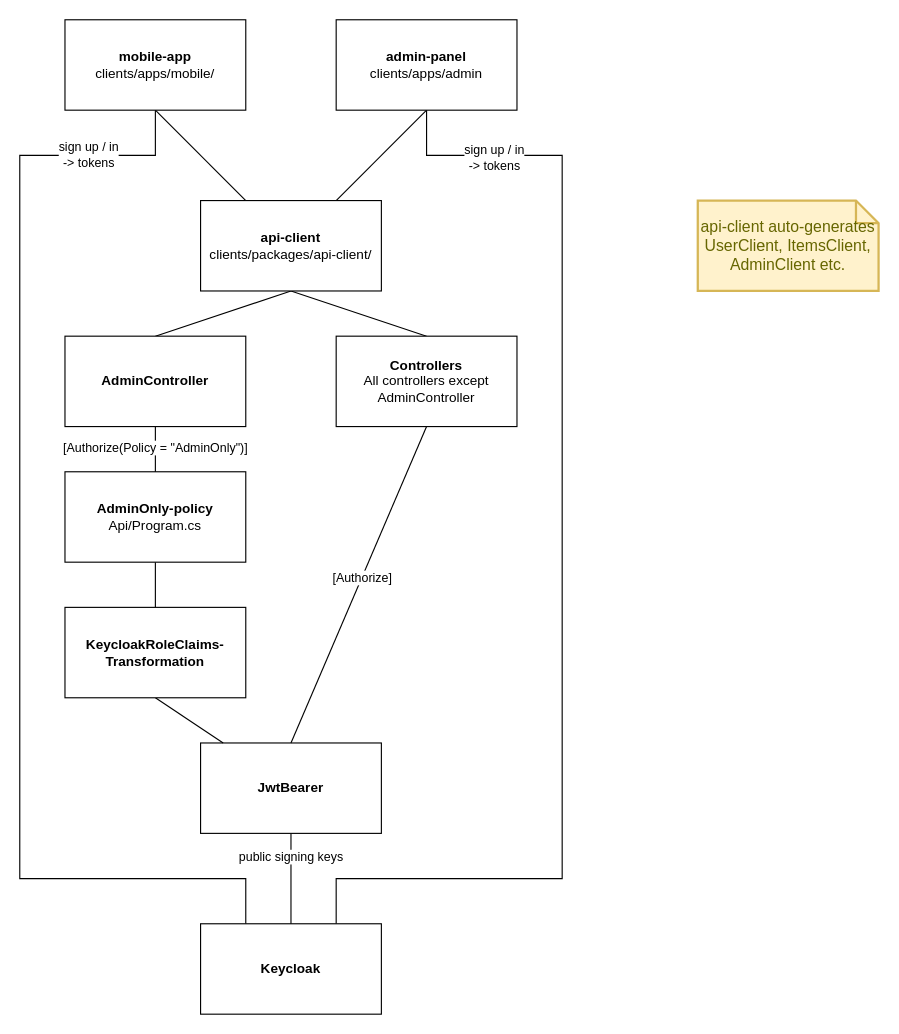
Before: docs/assets/drawio/dependency-tree_Authentication.drawio in Mosekjaer/prepmeup, a draw.io diagram. Source tidied: cells renumbered, new cells numbered last; positions are measured from the earlier drawing's top-left corner, leaving out a move shared by most shapes. Both pictures are drawn from the tidied source at 113%, with x=0, y=0 at pixel (19, 19).
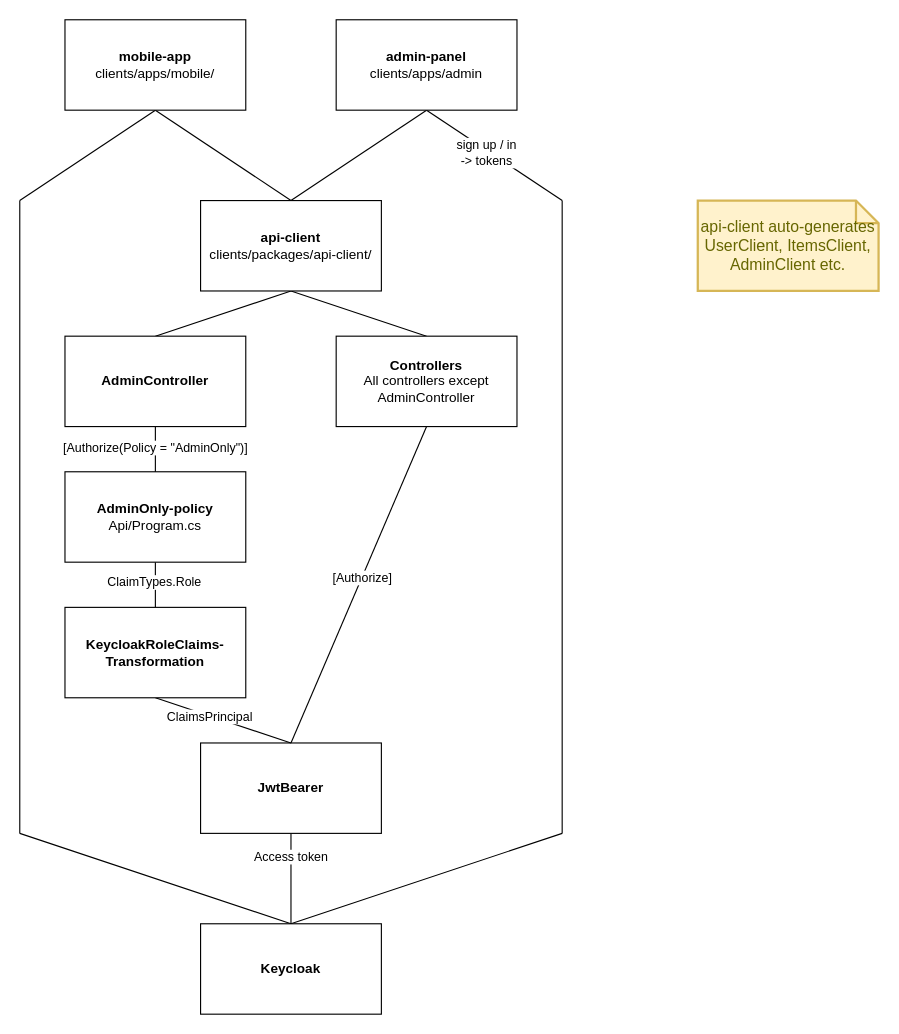
The same diagram, later.

Commit message:
docs: ændringer i dependency trees

Unchanged cells that the change refers to:
```xml
<mxCell id="5" value="&lt;b&gt;mobile-app&lt;/b&gt;&lt;div&gt;clients/apps/mobile/&lt;/div&gt;" style="html=1;whiteSpace=wrap;" parent="1" vertex="1">
  <mxGeometry x="40" width="160" height="80" as="geometry" />
</mxCell>
<mxCell id="9" value="&lt;b&gt;admin-panel&lt;/b&gt;&lt;div&gt;clients/apps/admin&lt;/div&gt;" style="html=1;whiteSpace=wrap;" parent="1" vertex="1">
  <mxGeometry x="280" width="160" height="80" as="geometry" />
</mxCell>
<mxCell id="12" value="&lt;b&gt;api-client&lt;/b&gt;&lt;br&gt;&lt;div&gt;clients/packages/api-client/&lt;/div&gt;" style="html=1;whiteSpace=wrap;" parent="1" vertex="1">
  <mxGeometry x="160" y="160" width="160" height="80" as="geometry" />
</mxCell>
<mxCell id="13" style="edgeStyle=orthogonalEdgeStyle;rounded=0;jettySize=auto;html=1;exitX=0.5;exitY=1;exitDx=0;exitDy=0;entryX=0.5;entryY=0;entryDx=0;entryDy=0;defaultLabelBackgroundColor=page;endArrow=none;endFill=0;" parent="1" edge="1" source="14" target="25">
  <mxGeometry relative="1" as="geometry" />
</mxCell>
<mxCell id="18" value="&lt;b&gt;Keycloak&lt;/b&gt;" style="html=1;whiteSpace=wrap;" parent="1" vertex="1">
  <mxGeometry x="160" y="800" width="160" height="80" as="geometry" />
</mxCell>
<mxCell id="20" style="edgeStyle=orthogonalEdgeStyle;rounded=0;jettySize=auto;html=1;exitX=0.5;exitY=1;exitDx=0;exitDy=0;entryX=0.5;entryY=0;entryDx=0;entryDy=0;defaultLabelBackgroundColor=page;endArrow=none;endFill=0;" parent="1" edge="1" source="22" target="18">
  <mxGeometry relative="1" as="geometry" />
</mxCell>
<mxCell id="22" value="&lt;b&gt;JwtBearer&lt;/b&gt;" style="html=1;whiteSpace=wrap;" parent="1" vertex="1">
  <mxGeometry x="160" y="640" width="160" height="80" as="geometry" />
</mxCell>
<mxCell id="25" value="&lt;b&gt;KeycloakRoleClaims-Transformation&lt;/b&gt;" style="html=1;whiteSpace=wrap;" parent="1" vertex="1">
  <mxGeometry x="40" y="520" width="160" height="80" as="geometry" />
</mxCell>
```

Change to the diagram source:
```diff
@@
-    <mxCell id="2" style="rounded=0;jettySize=auto;html=1;exitX=0.5;exitY=1;exitDx=0;exitDy=0;defaultLabelBackgroundColor=page;endArrow=none;endFill=0;" parent="1" edge="1" source="5" target="12">
+    <mxCell id="2" style="rounded=0;jettySize=auto;html=1;exitX=0.5;exitY=1;exitDx=0;exitDy=0;defaultLabelBackgroundColor=page;endArrow=none;endFill=0;entryX=0.5;entryY=0;entryDx=0;entryDy=0;" parent="1" edge="1" source="5" target="12">
       <mxGeometry relative="1" as="geometry" />
     </mxCell>
-    <mxCell id="3" style="edgeStyle=orthogonalEdgeStyle;rounded=0;jettySize=auto;html=1;exitX=0.5;exitY=1;exitDx=0;exitDy=0;entryX=0.25;entryY=0;entryDx=0;entryDy=0;defaultLabelBackgroundColor=page;endArrow=none;endFill=0;" parent="1" edge="1" source="5" target="18">
-      <mxGeometry relative="1" as="geometry">
-        <Array as="points">
-          <mxPoint x="120" y="120" />
-          <mxPoint y="120" />
-          <mxPoint y="760" />
-          <mxPoint x="200" y="760" />
-        </Array>
-      </mxGeometry>
-    </mxCell>
-    <mxCell id="4" value="sign up / in&lt;div&gt;-&amp;gt; tokens&lt;/div&gt;" style="edgeLabel;html=1;align=center;verticalAlign=middle;inheritText=1;defaultLabelBackgroundColor=page;" parent="3" vertex="1">
-      <mxGeometry x="-0.84" y="-1" relative="1" as="geometry">
-        <mxPoint x="-17" as="offset" />
-      </mxGeometry>
-    </mxCell>
+    <mxCell id="28" style="rounded=0;jettySize=auto;html=1;exitX=0.5;exitY=1;exitDx=0;exitDy=0;defaultLabelBackgroundColor=page;endArrow=none;endFill=0;" parent="1" edge="1" source="5">
+      <mxGeometry relative="1" as="geometry">
+        <mxPoint y="160" as="targetPoint" />
+      </mxGeometry>
+    </mxCell>
@@
-    <mxCell id="6" style="rounded=0;jettySize=auto;html=1;exitX=0.5;exitY=1;exitDx=0;exitDy=0;defaultLabelBackgroundColor=page;endArrow=none;endFill=0;" parent="1" edge="1" source="9" target="12">
+    <mxCell id="6" style="rounded=0;jettySize=auto;html=1;exitX=0.5;exitY=1;exitDx=0;exitDy=0;defaultLabelBackgroundColor=page;endArrow=none;endFill=0;entryX=0.5;entryY=0;entryDx=0;entryDy=0;" parent="1" edge="1" source="9" target="12">
       <mxGeometry relative="1" as="geometry" />
     </mxCell>
-    <mxCell id="7" style="edgeStyle=orthogonalEdgeStyle;rounded=0;jettySize=auto;html=1;exitX=0.5;exitY=1;exitDx=0;exitDy=0;entryX=0.75;entryY=0;entryDx=0;entryDy=0;defaultLabelBackgroundColor=page;endArrow=none;endFill=0;" parent="1" edge="1" source="9" target="18">
-      <mxGeometry relative="1" as="geometry">
-        <Array as="points">
-          <mxPoint x="360" y="120" />
-          <mxPoint x="480" y="120" />
-          <mxPoint x="480" y="760" />
-          <mxPoint x="280" y="760" />
-        </Array>
-      </mxGeometry>
-    </mxCell>
-    <mxCell id="8" value="sign up / in&lt;div&gt;-&amp;gt; tokens&lt;/div&gt;" style="edgeLabel;html=1;align=center;verticalAlign=middle;inheritText=1;defaultLabelBackgroundColor=page;" parent="7" vertex="1">
-      <mxGeometry x="-0.86" y="-1" relative="1" as="geometry">
-        <mxPoint x="26" as="offset" />
-      </mxGeometry>
-    </mxCell>
+    <mxCell id="29" style="rounded=0;jettySize=auto;html=1;exitX=0.5;exitY=1;exitDx=0;exitDy=0;defaultLabelBackgroundColor=page;endArrow=none;endFill=0;" parent="1" edge="1" source="9">
+      <mxGeometry relative="1" as="geometry">
+        <mxPoint x="480" y="160" as="targetPoint" />
+      </mxGeometry>
+    </mxCell>
+    <mxCell id="30" value="sign up / in&lt;div&gt;-&amp;gt; tokens&lt;/div&gt;" style="edgeLabel;html=1;align=center;verticalAlign=middle;inheritText=1;defaultLabelBackgroundColor=page;" parent="29" vertex="1">
+      <mxGeometry x="-0.1" y="-2" relative="1" as="geometry" />
+    </mxCell>
@@
+    <mxCell id="31" value="ClaimTypes.Role" style="edgeLabel;html=1;align=center;verticalAlign=middle;inheritText=1;defaultLabelBackgroundColor=page;" parent="13" vertex="1">
+      <mxGeometry x="-0.15" y="-2" relative="1" as="geometry" />
+    </mxCell>
@@
+    <mxCell id="32" style="rounded=0;jettySize=auto;html=1;exitX=0.5;exitY=0;exitDx=0;exitDy=0;defaultLabelBackgroundColor=page;endArrow=none;endFill=0;" parent="1" edge="1" source="18">
+      <mxGeometry relative="1" as="geometry">
+        <mxPoint y="720" as="targetPoint" />
+      </mxGeometry>
+    </mxCell>
+    <mxCell id="33" style="rounded=0;jettySize=auto;html=1;exitX=0.5;exitY=0;exitDx=0;exitDy=0;defaultLabelBackgroundColor=page;endArrow=none;endFill=0;" parent="1" edge="1" source="18">
+      <mxGeometry relative="1" as="geometry">
+        <mxPoint x="480" y="720" as="targetPoint" />
+      </mxGeometry>
+    </mxCell>
@@
-    <mxCell id="21" value="public signing keys" style="edgeLabel;html=1;align=center;verticalAlign=middle;inheritText=1;defaultLabelBackgroundColor=page;" parent="20" vertex="1">
+    <mxCell id="21" value="Access token" style="edgeLabel;html=1;align=center;verticalAlign=middle;inheritText=1;defaultLabelBackgroundColor=page;" parent="20" vertex="1">
       <mxGeometry x="-0.51" y="-1" relative="1" as="geometry" />
     </mxCell>
@@
-    <mxCell id="24" style="rounded=0;jettySize=auto;html=1;exitX=0.5;exitY=1;exitDx=0;exitDy=0;defaultLabelBackgroundColor=page;endArrow=none;endFill=0;" parent="1" edge="1" source="25" target="22">
+    <mxCell id="24" style="rounded=0;jettySize=auto;html=1;exitX=0.5;exitY=1;exitDx=0;exitDy=0;defaultLabelBackgroundColor=page;endArrow=none;endFill=0;entryX=0.5;entryY=0;entryDx=0;entryDy=0;" parent="1" edge="1" source="25" target="22">
       <mxGeometry relative="1" as="geometry" />
     </mxCell>
+    <mxCell id="34" value="ClaimsPrincipal" style="edgeLabel;html=1;align=center;verticalAlign=middle;inheritText=1;defaultLabelBackgroundColor=page;" parent="24" vertex="1">
+      <mxGeometry x="-0.21" y="-1" relative="1" as="geometry" />
+    </mxCell>
@@
+    <mxCell id="35" style="endArrow=none;html=1;rounded=0;defaultLabelBackgroundColor=page;" parent="1" edge="1">
+      <mxGeometry x="-0.36" relative="1" as="geometry">
+        <mxPoint x="480" y="720" as="sourcePoint" />
+        <mxPoint x="480" y="160" as="targetPoint" />
+      </mxGeometry>
+    </mxCell>
+    <mxCell id="36" style="endArrow=none;html=1;rounded=0;defaultLabelBackgroundColor=page;" parent="1" edge="1">
+      <mxGeometry x="-0.36" relative="1" as="geometry">
+        <mxPoint y="720" as="sourcePoint" />
+        <mxPoint y="160" as="targetPoint" />
+      </mxGeometry>
+    </mxCell>
```
